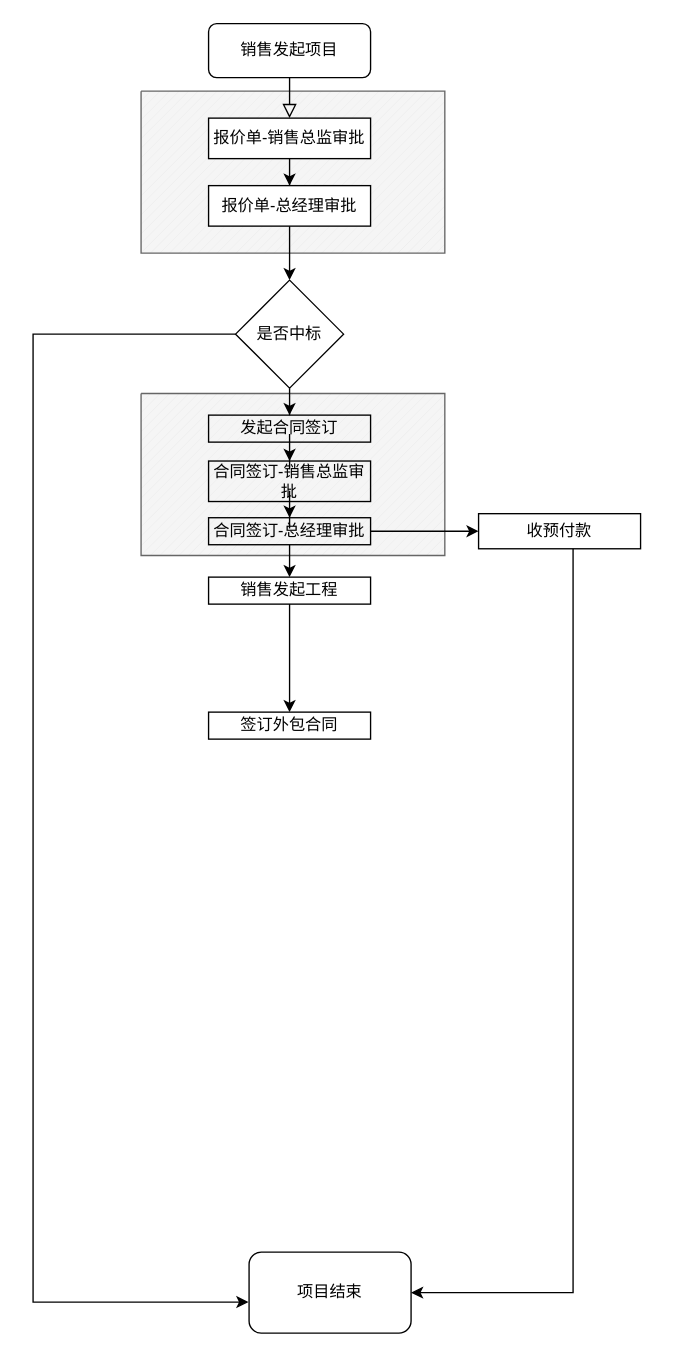
Earlier version of the draw.io diagram Untitled Diagram.drawio (htpan610/auto_answer1). Source tidied: cells renumbered, new cells numbered last; positions are measured from the earlier drawing's top-left corner, leaving out a move shared by most shapes. Both pictures are drawn from the tidied source at 135%, with x=0, y=0 at pixel (32, 23).
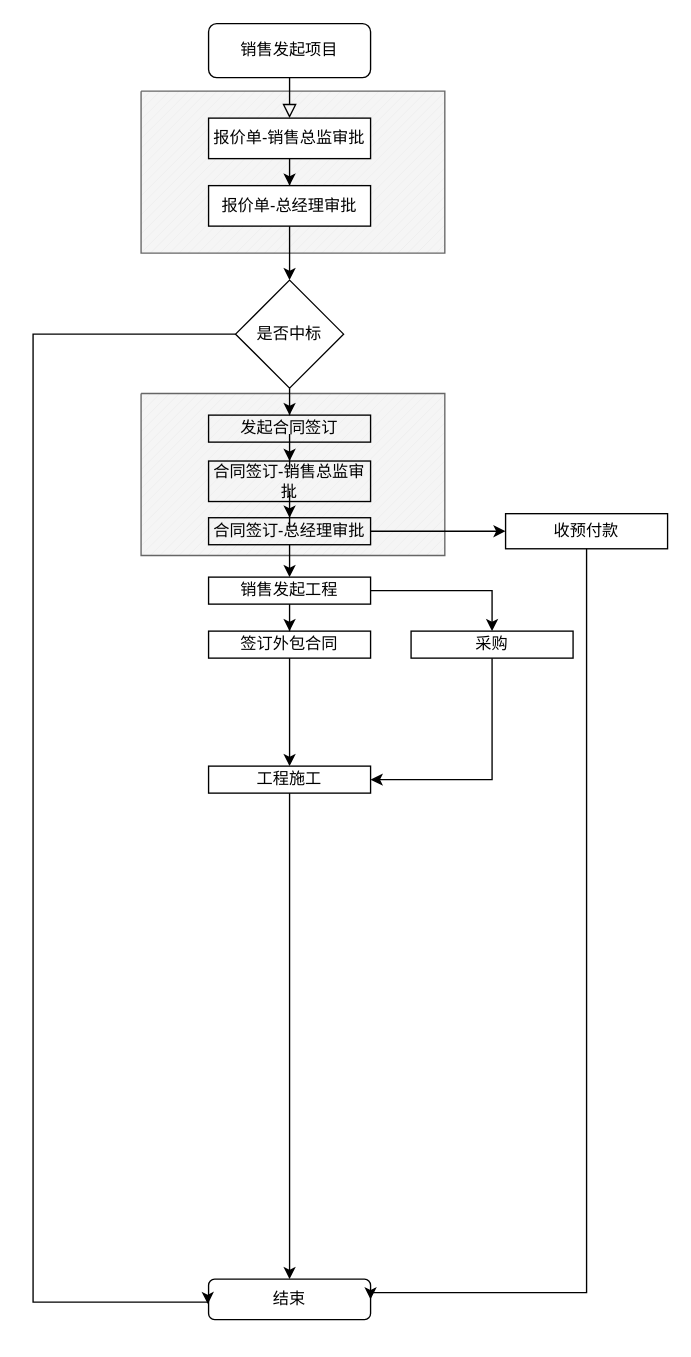
The same page after the edit.

The change refers to these unchanged cells:
```xml
<mxCell id="24" value="销售发起工程" style="whiteSpace=wrap;html=1;fillColor=none;" parent="1" vertex="1">
  <mxGeometry x="130" y="410" width="120" height="20" as="geometry" />
</mxCell>
```

What changed in the source:
```diff
@@
-    <mxCell id="13" value="项目结束" style="rounded=1;whiteSpace=wrap;html=1;fillColor=none;" parent="1" vertex="1">
-      <mxGeometry x="160" y="910" width="120" height="60" as="geometry" />
+    <mxCell id="13" value="结束" style="rounded=1;whiteSpace=wrap;html=1;fillColor=none;" parent="1" vertex="1">
+      <mxGeometry x="130" y="930" width="120" height="30" as="geometry" />
     </mxCell>
@@
     <mxCell id="21" style="edgeStyle=orthogonalEdgeStyle;rounded=0;jettySize=auto;html=1;entryX=1;entryY=0.5;entryDx=0;entryDy=0;" parent="1" edge="1" source="22" target="13">
       <mxGeometry relative="1" as="geometry">
         <Array as="points">
-          <mxPoint x="400" y="940" />
+          <mxPoint x="410" y="940" />
+          <mxPoint x="250" y="940" />
         </Array>
       </mxGeometry>
     </mxCell>
     <mxCell id="22" value="收预付款" style="whiteSpace=wrap;html=1;fillColor=none;" parent="1" vertex="1">
-      <mxGeometry x="330" y="363" width="120" height="26" as="geometry" />
+      <mxGeometry x="350" y="363" width="120" height="26" as="geometry" />
     </mxCell>
@@
+    <mxCell id="26" style="edgeStyle=orthogonalEdgeStyle;rounded=0;jettySize=auto;html=1;entryX=0.5;entryY=0;entryDx=0;entryDy=0;" parent="1" edge="1" source="24" target="31">
+      <mxGeometry relative="1" as="geometry" />
+    </mxCell>
@@
+    <mxCell id="27" style="edgeStyle=orthogonalEdgeStyle;rounded=0;jettySize=auto;html=1;" parent="1" edge="1" source="25" target="29">
+      <mxGeometry relative="1" as="geometry" />
+    </mxCell>
     <mxCell id="25" value="签订外包合同" style="whiteSpace=wrap;html=1;fillColor=none;" parent="1" vertex="1">
-      <mxGeometry x="130" y="510" width="120" height="20" as="geometry" />
+      <mxGeometry x="130" y="450" width="120" height="20" as="geometry" />
     </mxCell>
+    <mxCell id="28" style="edgeStyle=orthogonalEdgeStyle;rounded=0;jettySize=auto;html=1;" parent="1" edge="1" source="29" target="13">
+      <mxGeometry relative="1" as="geometry" />
+    </mxCell>
+    <mxCell id="29" value="工程施工" style="whiteSpace=wrap;html=1;fillColor=none;" parent="1" vertex="1">
+      <mxGeometry x="130" y="550" width="120" height="20" as="geometry" />
+    </mxCell>
+    <mxCell id="30" style="edgeStyle=orthogonalEdgeStyle;rounded=0;jettySize=auto;html=1;entryX=1;entryY=0.5;entryDx=0;entryDy=0;" parent="1" edge="1" source="31" target="29">
+      <mxGeometry relative="1" as="geometry">
+        <Array as="points">
+          <mxPoint x="340" y="560" />
+        </Array>
+      </mxGeometry>
+    </mxCell>
+    <mxCell id="31" value="采购" style="whiteSpace=wrap;html=1;fillColor=none;" parent="1" vertex="1">
+      <mxGeometry x="280" y="450" width="120" height="20" as="geometry" />
+    </mxCell>
```
